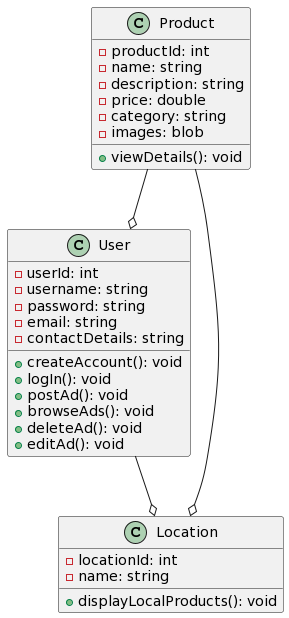
Above: 2nd iteration/Business class diagram.png in zakariaCHOUKRI/Organic-Marketplace (PlantUML), before the change.
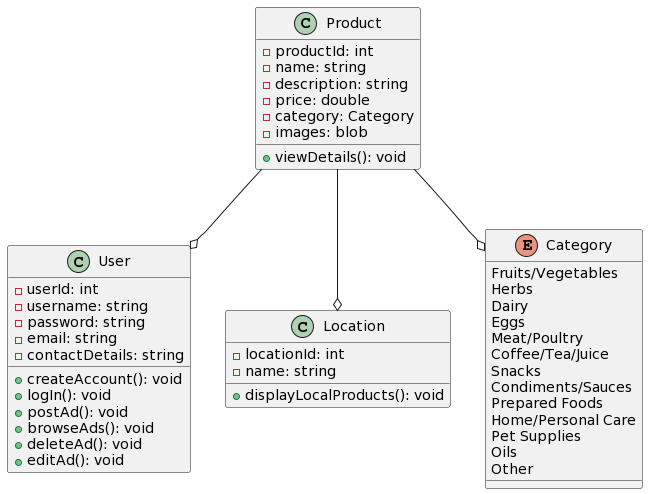
The same diagram one commit later.

What changed in the source:
```diff
@@ -18,7 +18,7 @@
   -name: string
   -description: string
   -price: double
-  -category: string
+  -category: Category
   -images: blob
   +viewDetails(): void
 }
@@ -29,8 +29,23 @@
   +displayLocalProducts(): void
 }
 
+enum Category {
+  Fruits/Vegetables
+  Herbs
+  Dairy
+  Eggs
+  Meat/Poultry
+  Coffee/Tea/Juice
+  Snacks
+  Condiments/Sauces
+  Prepared Foods
+  Home/Personal Care
+  Pet Supplies
+  Oils
+  Other
+}
+
 Product --o Location
 Product --o User
-
-User --o Location
+Product --o Category
 @enduml
```
